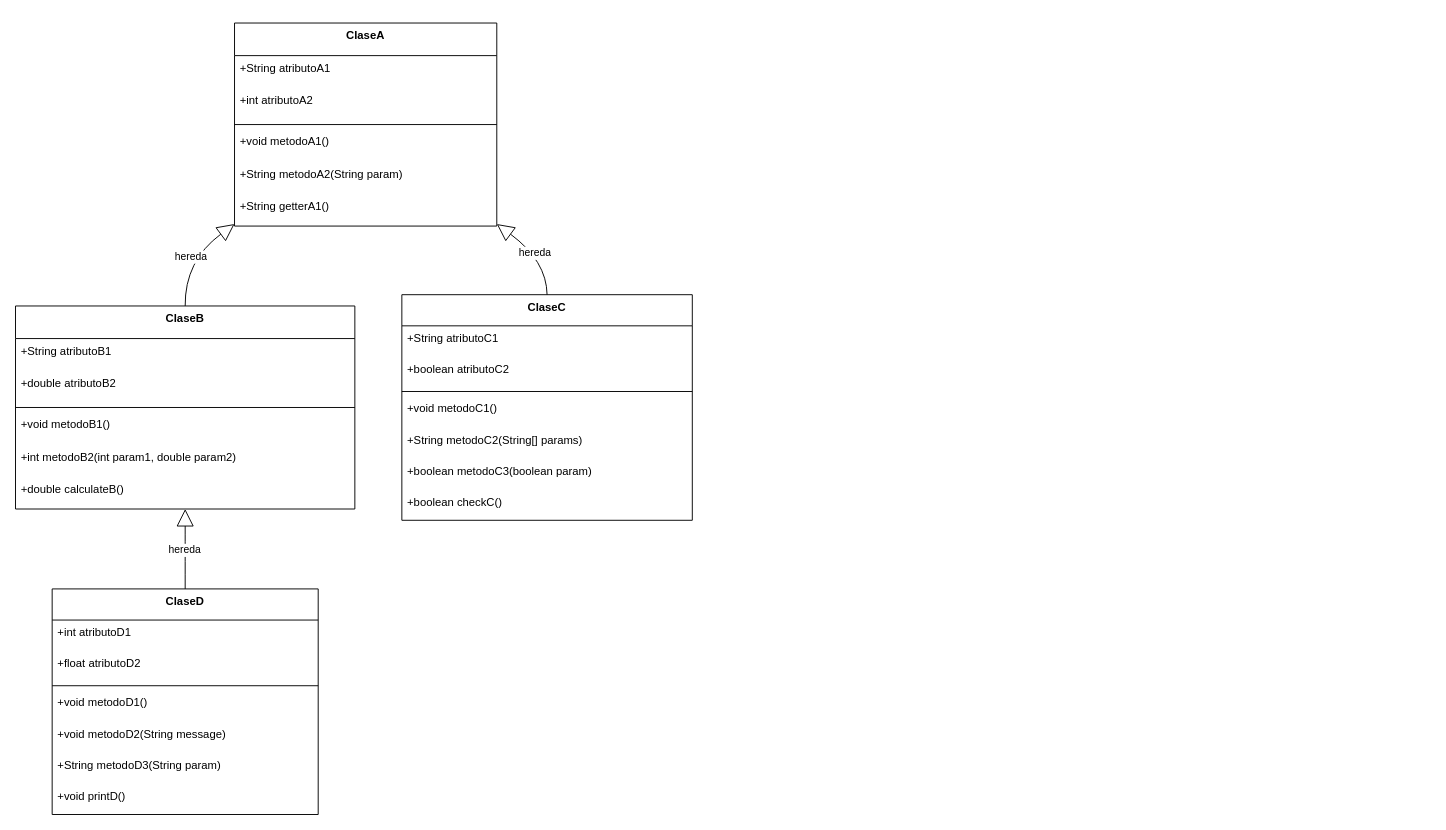
TomyGrace/Tp-Correo keeps this draw.io diagram as Diagrama sin título.drawio. Above is the earlier version. Source tidied: cells renumbered, new cells numbered last; positions are measured from the earlier drawing's top-left corner, leaving out a move shared by most shapes. Both pictures are drawn from the tidied source at 94%, with x=0, y=0 at pixel (15, 23).
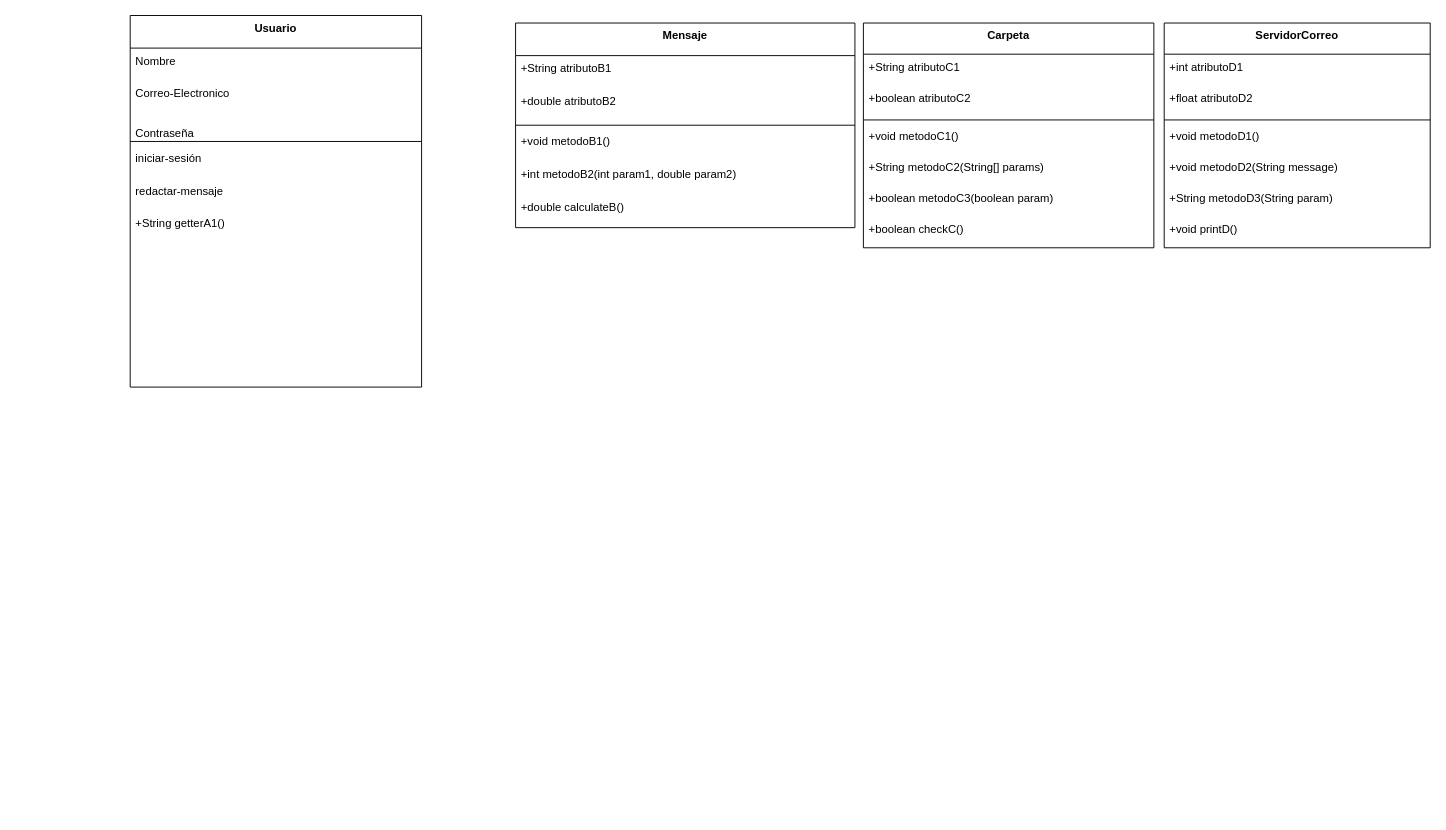
Above is the later version.

Commit message:
Diagrama Clases

The edit, as a diff of the source:
```diff
@@
-    <mxCell id="2" value="ClaseA" style="swimlane;fontStyle=1;align=center;verticalAlign=top;horizontal=1;startSize=34.666666666666664;" parent="1" vertex="1">
-      <mxGeometry x="233" width="279" height="216" as="geometry" />
+    <mxCell id="2" value="Usuario" style="swimlane;fontStyle=1;align=center;verticalAlign=top;horizontal=1;startSize=34.666666666666664;" parent="1" vertex="1">
+      <mxGeometry x="122" y="-8" width="310" height="395.3" as="geometry" />
     </mxCell>
-    <mxCell id="3" value="+String atributoA1" style="text;strokeColor=none;fillColor=none;align=left;verticalAlign=top;spacingLeft=4;spacingRight=4;overflow=hidden;" parent="2" vertex="1">
-      <mxGeometry y="35" width="279" height="35" as="geometry" />
+    <mxCell id="3" value="Nombre" style="text;strokeColor=none;fillColor=none;align=left;verticalAlign=top;spacingLeft=4;spacingRight=4;overflow=hidden;" parent="2" vertex="1">
+      <mxGeometry y="34.7" width="310" height="35" as="geometry" />
     </mxCell>
-    <mxCell id="4" value="+int atributoA2" style="text;strokeColor=none;fillColor=none;align=left;verticalAlign=top;spacingLeft=4;spacingRight=4;overflow=hidden;" parent="2" vertex="1">
-      <mxGeometry y="69" width="279" height="35" as="geometry" />
+    <mxCell id="4" value="Correo-Electronico&#10;&#10;&#10;Contraseña" style="text;strokeColor=none;fillColor=none;align=left;verticalAlign=top;spacingLeft=4;spacingRight=4;overflow=hidden;" parent="2" vertex="1">
+      <mxGeometry y="69.7" width="310" height="60.3" as="geometry" />
     </mxCell>
     <mxCell id="5" style="line;strokeWidth=1;fillColor=none;align=left;verticalAlign=middle;spacingTop=-1;spacingLeft=3;spacingRight=3;labelPosition=right;strokeColor=inherit;" parent="2" vertex="1">
-      <mxGeometry y="104" width="279" height="8" as="geometry" />
+      <mxGeometry y="130" width="310" height="8" as="geometry" />
     </mxCell>
-    <mxCell id="6" value="+void metodoA1()" style="text;strokeColor=none;fillColor=none;align=left;verticalAlign=top;spacingLeft=4;spacingRight=4;overflow=hidden;" parent="2" vertex="1">
-      <mxGeometry y="112" width="279" height="35" as="geometry" />
+    <mxCell id="6" value="iniciar-sesión" style="text;strokeColor=none;fillColor=none;align=left;verticalAlign=top;spacingLeft=4;spacingRight=4;overflow=hidden;" parent="2" vertex="1">
+      <mxGeometry y="138" width="310" height="35" as="geometry" />
     </mxCell>
-    <mxCell id="7" value="+String metodoA2(String param)" style="text;strokeColor=none;fillColor=none;align=left;verticalAlign=top;spacingLeft=4;spacingRight=4;overflow=hidden;" parent="2" vertex="1">
-      <mxGeometry y="147" width="279" height="35" as="geometry" />
+    <mxCell id="7" value="redactar-mensaje" style="text;strokeColor=none;fillColor=none;align=left;verticalAlign=top;spacingLeft=4;spacingRight=4;overflow=hidden;" parent="2" vertex="1">
+      <mxGeometry y="173" width="310" height="35" as="geometry" />
     </mxCell>
     <mxCell id="8" value="+String getterA1()" style="text;strokeColor=none;fillColor=none;align=left;verticalAlign=top;spacingLeft=4;spacingRight=4;overflow=hidden;" parent="2" vertex="1">
-      <mxGeometry y="181" width="279" height="35" as="geometry" />
+      <mxGeometry y="208" width="310" height="187.3" as="geometry" />
     </mxCell>
-    <mxCell id="9" value="ClaseB" style="swimlane;fontStyle=1;align=center;verticalAlign=top;horizontal=1;startSize=34.666666666666664;" parent="1" vertex="1">
-      <mxGeometry y="301" width="361" height="216" as="geometry" />
+    <mxCell id="9" value="Mensaje" style="swimlane;fontStyle=1;align=center;verticalAlign=top;horizontal=1;startSize=34.666666666666664;" parent="1" vertex="1">
+      <mxGeometry x="532" width="361" height="217.7" as="geometry" />
     </mxCell>
     <mxCell id="10" value="+String atributoB1" style="text;strokeColor=none;fillColor=none;align=left;verticalAlign=top;spacingLeft=4;spacingRight=4;overflow=hidden;" parent="9" vertex="1">
-      <mxGeometry y="35" width="361" height="35" as="geometry" />
+      <mxGeometry y="34.7" width="361" height="35" as="geometry" />
     </mxCell>
     <mxCell id="11" value="+double atributoB2" style="text;strokeColor=none;fillColor=none;align=left;verticalAlign=top;spacingLeft=4;spacingRight=4;overflow=hidden;" parent="9" vertex="1">
-      <mxGeometry y="69" width="361" height="35" as="geometry" />
+      <mxGeometry y="69.7" width="361" height="35" as="geometry" />
     </mxCell>
     <mxCell id="12" style="line;strokeWidth=1;fillColor=none;align=left;verticalAlign=middle;spacingTop=-1;spacingLeft=3;spacingRight=3;labelPosition=right;strokeColor=inherit;" parent="9" vertex="1">
-      <mxGeometry y="104" width="361" height="8" as="geometry" />
+      <mxGeometry y="104.7" width="361" height="8" as="geometry" />
     </mxCell>
     <mxCell id="13" value="+void metodoB1()" style="text;strokeColor=none;fillColor=none;align=left;verticalAlign=top;spacingLeft=4;spacingRight=4;overflow=hidden;" parent="9" vertex="1">
-      <mxGeometry y="112" width="361" height="35" as="geometry" />
+      <mxGeometry y="112.7" width="361" height="35" as="geometry" />
     </mxCell>
     <mxCell id="14" value="+int metodoB2(int param1, double param2)" style="text;strokeColor=none;fillColor=none;align=left;verticalAlign=top;spacingLeft=4;spacingRight=4;overflow=hidden;" parent="9" vertex="1">
-      <mxGeometry y="147" width="361" height="35" as="geometry" />
+      <mxGeometry y="147.7" width="361" height="35" as="geometry" />
     </mxCell>
     <mxCell id="15" value="+double calculateB()" style="text;strokeColor=none;fillColor=none;align=left;verticalAlign=top;spacingLeft=4;spacingRight=4;overflow=hidden;" parent="9" vertex="1">
-      <mxGeometry y="181" width="361" height="35" as="geometry" />
+      <mxGeometry y="182.7" width="361" height="35" as="geometry" />
     </mxCell>
-    <mxCell id="16" value="ClaseC" style="swimlane;fontStyle=1;align=center;verticalAlign=top;horizontal=1;startSize=33.142857142857146;" parent="1" vertex="1">
-      <mxGeometry x="411" y="289" width="309" height="240" as="geometry" />
+    <mxCell id="16" value="Carpeta" style="swimlane;fontStyle=1;align=center;verticalAlign=top;horizontal=1;startSize=33.142857142857146;" parent="1" vertex="1">
+      <mxGeometry x="902" width="309" height="239.1" as="geometry" />
     </mxCell>
     <mxCell id="17" value="+String atributoC1" style="text;strokeColor=none;fillColor=none;align=left;verticalAlign=top;spacingLeft=4;spacingRight=4;overflow=hidden;" parent="16" vertex="1">
-      <mxGeometry y="33" width="309" height="33" as="geometry" />
+      <mxGeometry y="33.1" width="309" height="33" as="geometry" />
     </mxCell>
     <mxCell id="18" value="+boolean atributoC2" style="text;strokeColor=none;fillColor=none;align=left;verticalAlign=top;spacingLeft=4;spacingRight=4;overflow=hidden;" parent="16" vertex="1">
-      <mxGeometry y="66" width="309" height="33" as="geometry" />
+      <mxGeometry y="66.1" width="309" height="33" as="geometry" />
     </mxCell>
     <mxCell id="19" style="line;strokeWidth=1;fillColor=none;align=left;verticalAlign=middle;spacingTop=-1;spacingLeft=3;spacingRight=3;labelPosition=right;strokeColor=inherit;" parent="16" vertex="1">
-      <mxGeometry y="99" width="309" height="8" as="geometry" />
+      <mxGeometry y="99.1" width="309" height="8" as="geometry" />
     </mxCell>
     <mxCell id="20" value="+void metodoC1()" style="text;strokeColor=none;fillColor=none;align=left;verticalAlign=top;spacingLeft=4;spacingRight=4;overflow=hidden;" parent="16" vertex="1">
-      <mxGeometry y="107" width="309" height="33" as="geometry" />
+      <mxGeometry y="107.1" width="309" height="33" as="geometry" />
     </mxCell>
     <mxCell id="21" value="+String metodoC2(String[] params)" style="text;strokeColor=none;fillColor=none;align=left;verticalAlign=top;spacingLeft=4;spacingRight=4;overflow=hidden;" parent="16" vertex="1">
-      <mxGeometry y="141" width="309" height="33" as="geometry" />
+      <mxGeometry y="140.1" width="309" height="33" as="geometry" />
     </mxCell>
     <mxCell id="22" value="+boolean metodoC3(boolean param)" style="text;strokeColor=none;fillColor=none;align=left;verticalAlign=top;spacingLeft=4;spacingRight=4;overflow=hidden;" parent="16" vertex="1">
-      <mxGeometry y="174" width="309" height="33" as="geometry" />
+      <mxGeometry y="173.1" width="309" height="33" as="geometry" />
     </mxCell>
     <mxCell id="23" value="+boolean checkC()" style="text;strokeColor=none;fillColor=none;align=left;verticalAlign=top;spacingLeft=4;spacingRight=4;overflow=hidden;" parent="16" vertex="1">
-      <mxGeometry y="207" width="309" height="33" as="geometry" />
+      <mxGeometry y="206.1" width="309" height="33" as="geometry" />
     </mxCell>
-    <mxCell id="24" value="ClaseD" style="swimlane;fontStyle=1;align=center;verticalAlign=top;horizontal=1;startSize=33.142857142857146;" parent="1" vertex="1">
-      <mxGeometry x="39" y="602" width="283" height="240" as="geometry" />
+    <mxCell id="24" value="ServidorCorreo" style="swimlane;fontStyle=1;align=center;verticalAlign=top;horizontal=1;startSize=33.142857142857146;" parent="1" vertex="1">
+      <mxGeometry x="1222" width="283" height="239.1" as="geometry" />
     </mxCell>
     <mxCell id="25" value="+int atributoD1" style="text;strokeColor=none;fillColor=none;align=left;verticalAlign=top;spacingLeft=4;spacingRight=4;overflow=hidden;" parent="24" vertex="1">
-      <mxGeometry y="33" width="283" height="33" as="geometry" />
+      <mxGeometry y="33.1" width="283" height="33" as="geometry" />
     </mxCell>
     <mxCell id="26" value="+float atributoD2" style="text;strokeColor=none;fillColor=none;align=left;verticalAlign=top;spacingLeft=4;spacingRight=4;overflow=hidden;" parent="24" vertex="1">
-      <mxGeometry y="66" width="283" height="33" as="geometry" />
+      <mxGeometry y="66.1" width="283" height="33" as="geometry" />
     </mxCell>
     <mxCell id="27" style="line;strokeWidth=1;fillColor=none;align=left;verticalAlign=middle;spacingTop=-1;spacingLeft=3;spacingRight=3;labelPosition=right;strokeColor=inherit;" parent="24" vertex="1">
-      <mxGeometry y="99" width="283" height="8" as="geometry" />
+      <mxGeometry y="99.1" width="283" height="8" as="geometry" />
     </mxCell>
     <mxCell id="28" value="+void metodoD1()" style="text;strokeColor=none;fillColor=none;align=left;verticalAlign=top;spacingLeft=4;spacingRight=4;overflow=hidden;" parent="24" vertex="1">
-      <mxGeometry y="107" width="283" height="33" as="geometry" />
+      <mxGeometry y="107.1" width="283" height="33" as="geometry" />
     </mxCell>
     <mxCell id="29" value="+void metodoD2(String message)" style="text;strokeColor=none;fillColor=none;align=left;verticalAlign=top;spacingLeft=4;spacingRight=4;overflow=hidden;" parent="24" vertex="1">
-      <mxGeometry y="141" width="283" height="33" as="geometry" />
+      <mxGeometry y="140.1" width="283" height="33" as="geometry" />
     </mxCell>
     <mxCell id="30" value="+String metodoD3(String param)" style="text;strokeColor=none;fillColor=none;align=left;verticalAlign=top;spacingLeft=4;spacingRight=4;overflow=hidden;" parent="24" vertex="1">
-      <mxGeometry y="174" width="283" height="33" as="geometry" />
+      <mxGeometry y="173.1" width="283" height="33" as="geometry" />
     </mxCell>
     <mxCell id="31" value="+void printD()" style="text;strokeColor=none;fillColor=none;align=left;verticalAlign=top;spacingLeft=4;spacingRight=4;overflow=hidden;" parent="24" vertex="1">
-      <mxGeometry y="207" width="283" height="33" as="geometry" />
+      <mxGeometry y="206.1" width="283" height="33" as="geometry" />
     </mxCell>
-    <mxCell id="32" value="hereda" style="curved=1;startArrow=block;startSize=16;startFill=0;endArrow=none;exitX=0;exitY=0.99;entryX=0.5;entryY=0;" parent="1" edge="1" source="2" target="9">
-      <mxGeometry relative="1" as="geometry">
-        <Array as="points">
-          <mxPoint x="180" y="253" />
-        </Array>
-      </mxGeometry>
-    </mxCell>
-    <mxCell id="33" value="hereda" style="curved=1;startArrow=block;startSize=16;startFill=0;endArrow=none;exitX=1;exitY=0.99;entryX=0.5;entryY=0;" parent="1" edge="1" source="2" target="16">
-      <mxGeometry relative="1" as="geometry">
-        <Array as="points">
-          <mxPoint x="565" y="253" />
-        </Array>
-      </mxGeometry>
-    </mxCell>
-    <mxCell id="34" value="hereda" style="curved=1;startArrow=block;startSize=16;startFill=0;endArrow=none;exitX=0.5;exitY=1;entryX=0.5;entryY=0;" parent="1" edge="1" source="9" target="24">
-      <mxGeometry relative="1" as="geometry" />
-    </mxCell>
```
